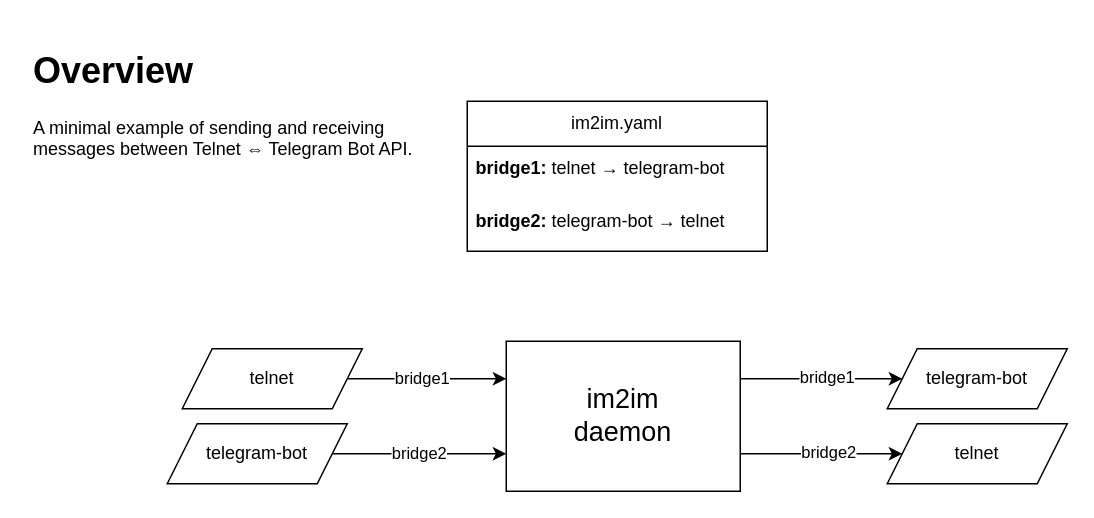
This is assets/overview.drawio from AndreiRegiani/im2im, a draw.io file, before an edit. Source tidied: cells renumbered, new cells numbered last; positions are measured from the earlier drawing's top-left corner, leaving out a move shared by most shapes. Both pictures are drawn from the tidied source at 150%, with x=0, y=0 at pixel (26, 40).
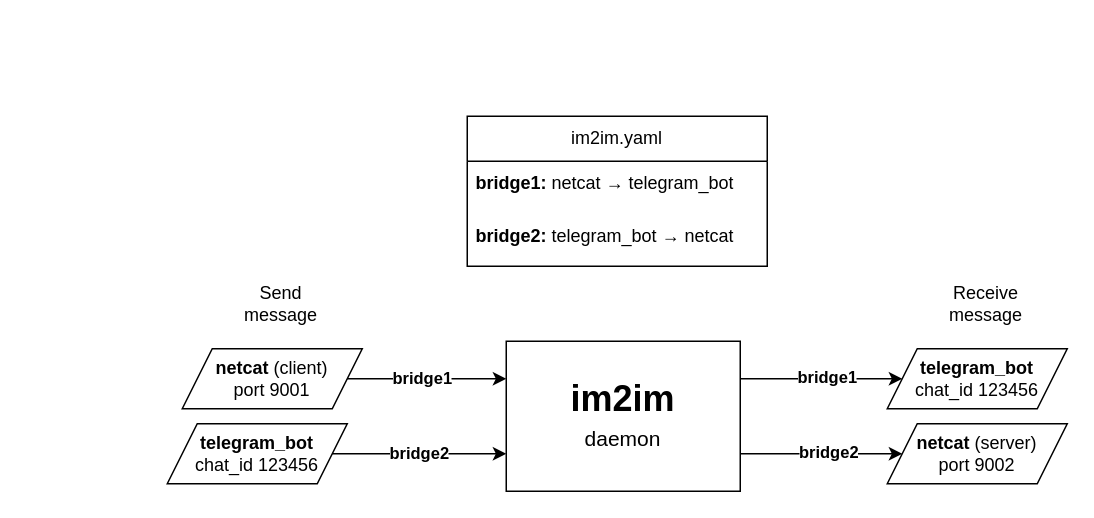
The same diagram, later.

Commit message (it also covers changes not shown here):
Netcat support

The change refers to these unchanged cells:
```xml
<mxCell id="2" style="edgeStyle=orthogonalEdgeStyle;rounded=0;jettySize=auto;html=1;exitX=1;exitY=0.25;exitDx=0;exitDy=0;entryX=0;entryY=0.5;entryDx=0;entryDy=0;" parent="1" edge="1" source="6" target="13">
  <mxGeometry relative="1" as="geometry" />
</mxCell>
<mxCell id="4" style="edgeStyle=orthogonalEdgeStyle;rounded=0;jettySize=auto;html=1;exitX=1;exitY=0.75;exitDx=0;exitDy=0;entryX=0;entryY=0.5;entryDx=0;entryDy=0;" parent="1" edge="1" source="6" target="17">
  <mxGeometry relative="1" as="geometry" />
</mxCell>
<mxCell id="10" style="edgeStyle=orthogonalEdgeStyle;rounded=0;jettySize=auto;html=1;exitX=1;exitY=0.5;exitDx=0;exitDy=0;entryX=0;entryY=0.25;entryDx=0;entryDy=0;" parent="1" edge="1" source="12" target="6">
  <mxGeometry relative="1" as="geometry" />
</mxCell>
<mxCell id="14" style="edgeStyle=orthogonalEdgeStyle;rounded=0;jettySize=auto;html=1;exitX=1;exitY=0.5;exitDx=0;exitDy=0;entryX=0;entryY=0.75;entryDx=0;entryDy=0;" parent="1" edge="1" source="16" target="6">
  <mxGeometry relative="1" as="geometry" />
</mxCell>
```

What changed in the source:
```diff
@@
-    <mxCell id="3" value="bridge1" style="edgeLabel;html=1;align=center;verticalAlign=middle;" parent="2" vertex="1">
+    <mxCell id="3" value="&lt;b&gt;bridge1&lt;/b&gt;" style="edgeLabel;html=1;align=center;verticalAlign=middle;" parent="2" vertex="1">
       <mxGeometry x="0.06" y="2" relative="1" as="geometry" />
     </mxCell>
@@
-    <mxCell id="5" value="bridge2" style="edgeLabel;html=1;align=center;verticalAlign=middle;" parent="4" vertex="1">
+    <mxCell id="5" value="&lt;b&gt;bridge2&lt;/b&gt;" style="edgeLabel;html=1;align=center;verticalAlign=middle;" parent="4" vertex="1">
       <mxGeometry y="-1" relative="1" as="geometry">
         <mxPoint x="4" y="-3" as="offset" />
       </mxGeometry>
     </mxCell>
-    <mxCell id="6" value="im2im&lt;br style=&quot;font-size: 18px;&quot;&gt;daemon" style="rounded=0;whiteSpace=wrap;html=1;fontSize=18;" parent="1" vertex="1">
+    <mxCell id="6" value="&lt;b&gt;&lt;font style=&quot;font-size: 24px;&quot;&gt;im2im&lt;/font&gt;&lt;/b&gt;&lt;br style=&quot;font-size: 18px;&quot;&gt;&lt;font style=&quot;font-size: 14px;&quot;&gt;daemon&lt;/font&gt;" style="rounded=0;whiteSpace=wrap;html=1;fontSize=18;" parent="1" vertex="1">
       <mxGeometry x="320" y="200" width="156" height="100" as="geometry" />
     </mxCell>
     <mxCell id="7" value="im2im.yaml" style="swimlane;fontStyle=0;horizontal=1;startSize=30;whiteSpace=wrap;html=1;" parent="1" vertex="1">
-      <mxGeometry x="294" y="40" width="200" height="100" as="geometry" />
+      <mxGeometry x="294" y="50" width="200" height="100" as="geometry" />
     </mxCell>
-    <mxCell id="8" value="&lt;b&gt;bridge1:&lt;/b&gt; telnet&amp;nbsp;→ telegram-bot" style="text;strokeColor=none;fillColor=none;align=left;verticalAlign=middle;spacingLeft=4;spacingRight=4;overflow=hidden;whiteSpace=wrap;html=1;" parent="7" vertex="1">
+    <mxCell id="8" value="&lt;b&gt;bridge1:&lt;/b&gt;&amp;nbsp;netcat → telegram_bot" style="text;strokeColor=none;fillColor=none;align=left;verticalAlign=middle;spacingLeft=4;spacingRight=4;overflow=hidden;whiteSpace=wrap;html=1;" parent="7" vertex="1">
       <mxGeometry y="30" width="200" height="30" as="geometry" />
     </mxCell>
-    <mxCell id="9" value="&lt;b&gt;bridge2:&lt;/b&gt; telegram-bot&amp;nbsp;→ telnet" style="text;strokeColor=none;fillColor=none;align=left;verticalAlign=middle;spacingLeft=4;spacingRight=4;overflow=hidden;whiteSpace=wrap;html=1;" parent="7" vertex="1">
+    <mxCell id="9" value="&lt;b&gt;bridge2:&lt;/b&gt; telegram_bot&amp;nbsp;→ netcat" style="text;strokeColor=none;fillColor=none;align=left;verticalAlign=middle;spacingLeft=4;spacingRight=4;overflow=hidden;whiteSpace=wrap;html=1;" parent="7" vertex="1">
       <mxGeometry y="60" width="200" height="40" as="geometry" />
     </mxCell>
@@
-    <mxCell id="11" value="bridge1" style="edgeLabel;html=1;align=center;verticalAlign=middle;" parent="10" vertex="1">
+    <mxCell id="11" value="&lt;b&gt;bridge1&lt;/b&gt;" style="edgeLabel;html=1;align=center;verticalAlign=middle;" parent="10" vertex="1">
       <mxGeometry x="-0.08" y="-3" relative="1" as="geometry">
         <mxPoint y="-4" as="offset" />
       </mxGeometry>
     </mxCell>
-    <mxCell id="12" value="telnet" style="shape=parallelogram;perimeter=parallelogramPerimeter;whiteSpace=wrap;html=1;fixedSize=1;" parent="1" vertex="1">
+    <mxCell id="12" value="&lt;b&gt;netcat&lt;/b&gt; (client)&lt;br&gt;port 9001" style="shape=parallelogram;perimeter=parallelogramPerimeter;whiteSpace=wrap;html=1;fixedSize=1;" parent="1" vertex="1">
       <mxGeometry x="104" y="205" width="120" height="40" as="geometry" />
     </mxCell>
-    <mxCell id="13" value="telegram-bot" style="shape=parallelogram;perimeter=parallelogramPerimeter;whiteSpace=wrap;html=1;fixedSize=1;" parent="1" vertex="1">
+    <mxCell id="13" value="&lt;b&gt;telegram_bot&lt;/b&gt;&lt;br&gt;chat_id 123456" style="shape=parallelogram;perimeter=parallelogramPerimeter;whiteSpace=wrap;html=1;fixedSize=1;" parent="1" vertex="1">
       <mxGeometry x="574" y="205" width="120" height="40" as="geometry" />
     </mxCell>
@@
-    <mxCell id="15" value="bridge2" style="edgeLabel;html=1;align=center;verticalAlign=middle;" parent="14" vertex="1">
+    <mxCell id="15" value="&lt;b&gt;bridge2&lt;/b&gt;" style="edgeLabel;html=1;align=center;verticalAlign=middle;" parent="14" vertex="1">
       <mxGeometry x="0.09" y="3" relative="1" as="geometry">
         <mxPoint x="-6" y="2" as="offset" />
       </mxGeometry>
     </mxCell>
-    <mxCell id="16" value="telegram-bot" style="shape=parallelogram;perimeter=parallelogramPerimeter;whiteSpace=wrap;html=1;fixedSize=1;" parent="1" vertex="1">
+    <mxCell id="16" value="&lt;b&gt;telegram_bot&lt;/b&gt;&lt;br&gt;chat_id 123456" style="shape=parallelogram;perimeter=parallelogramPerimeter;whiteSpace=wrap;html=1;fixedSize=1;" parent="1" vertex="1">
       <mxGeometry x="94" y="255" width="120" height="40" as="geometry" />
     </mxCell>
-    <mxCell id="17" value="telnet" style="shape=parallelogram;perimeter=parallelogramPerimeter;whiteSpace=wrap;html=1;fixedSize=1;" parent="1" vertex="1">
+    <mxCell id="17" value="&lt;b&gt;netcat&lt;/b&gt; (server)&lt;br&gt;port 9002" style="shape=parallelogram;perimeter=parallelogramPerimeter;whiteSpace=wrap;html=1;fixedSize=1;" parent="1" vertex="1">
       <mxGeometry x="574" y="255" width="120" height="40" as="geometry" />
     </mxCell>
-    <mxCell id="18" value="&lt;h1&gt;Overview&lt;/h1&gt;&lt;p&gt;A minimal example of sending and receiving messages between Telnet&amp;nbsp;⇔ Telegram Bot API.&lt;/p&gt;" style="text;html=1;strokeColor=none;fillColor=none;spacing=5;spacingTop=-20;whiteSpace=wrap;overflow=hidden;rounded=0;" parent="1" vertex="1">
-      <mxGeometry width="270" height="120" as="geometry" />
-    </mxCell>
+    <mxCell id="19" value="Send message" style="text;html=1;strokeColor=none;fillColor=none;align=center;verticalAlign=middle;whiteSpace=wrap;rounded=0;" parent="1" vertex="1">
+      <mxGeometry x="140" y="160" width="60" height="30" as="geometry" />
+    </mxCell>
+    <mxCell id="20" value="Receive message" style="text;html=1;strokeColor=none;fillColor=none;align=center;verticalAlign=middle;whiteSpace=wrap;rounded=0;" parent="1" vertex="1">
+      <mxGeometry x="610" y="160" width="60" height="30" as="geometry" />
+    </mxCell>
```
